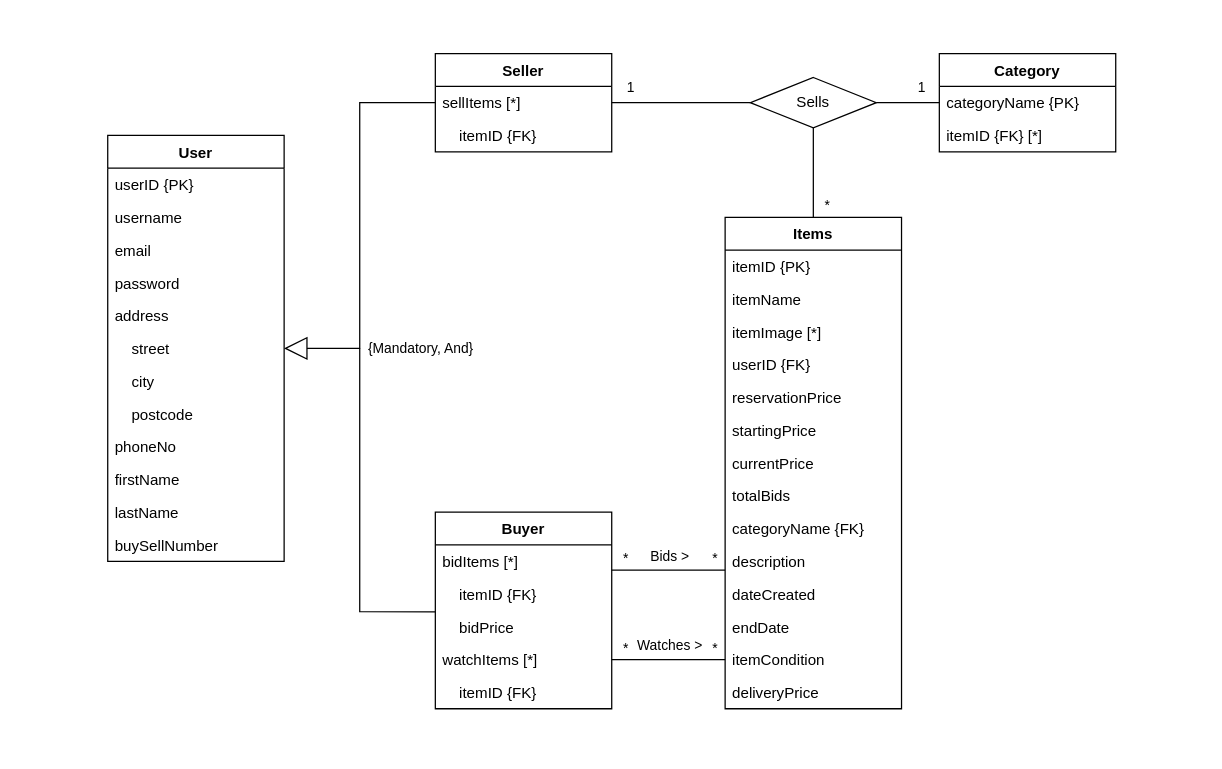
wenzhaojia2000/auction keeps this draw.io diagram as erdiagram.drawio. Above is the earlier version. Source tidied: cells renumbered, new cells numbered last; positions are measured from the earlier drawing's top-left corner, leaving out a move shared by most shapes. Both pictures are drawn from the tidied source at 126%, with x=0, y=0 at pixel (107, 53).
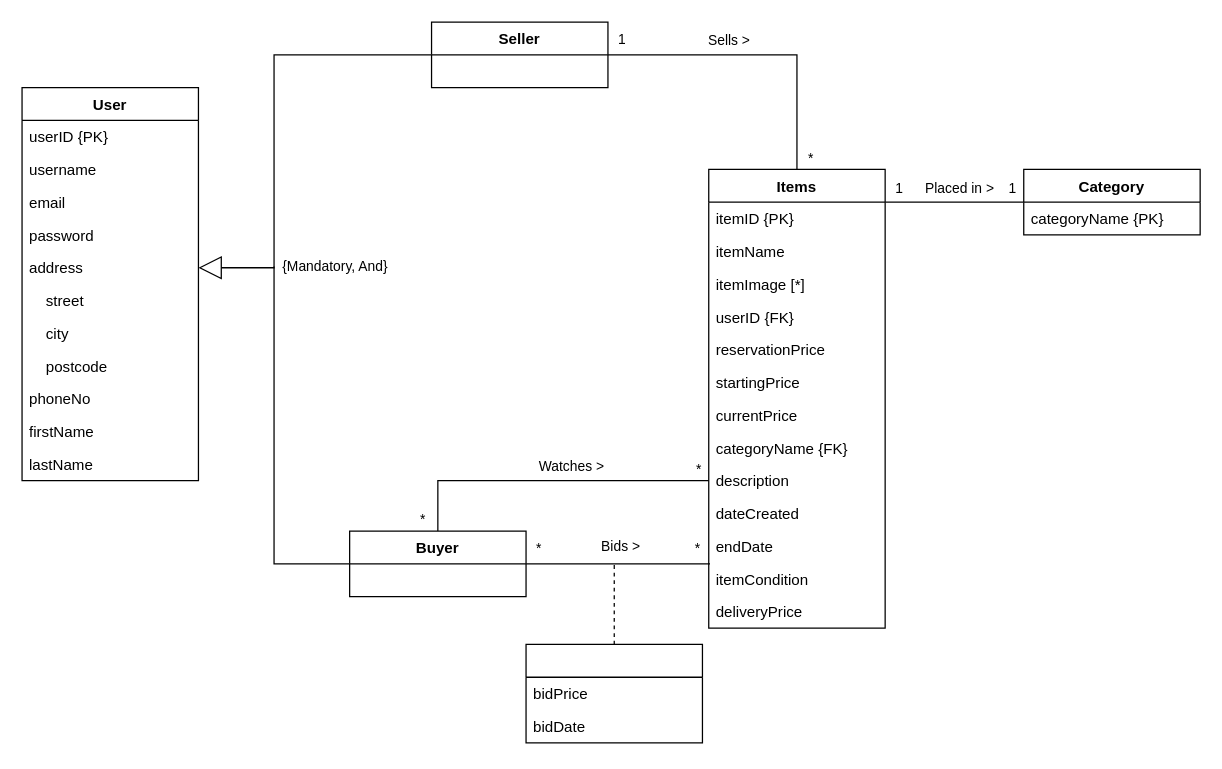
After the change.

Commit message (it also covers changes not shown here):
Changes ER diagram with prof's suggestions; fixes missing inline code in readme

Unchanged cells that the change refers to:
```xml
<mxCell id="7" value="address" style="text;strokeColor=none;fillColor=none;align=left;verticalAlign=top;spacingLeft=4;spacingRight=4;overflow=hidden;points=[[0,0.5],[1,0.5]];portConstraint=eastwest;" parent="2" vertex="1">
  <mxGeometry y="130" width="140" height="26" as="geometry" />
</mxCell>
<mxCell id="8" value="    street" style="text;strokeColor=none;fillColor=none;align=left;verticalAlign=top;spacingLeft=4;spacingRight=4;overflow=hidden;points=[[0,0.5],[1,0.5]];portConstraint=eastwest;" parent="2" vertex="1">
  <mxGeometry y="156" width="140" height="26" as="geometry" />
</mxCell>
```

Change to the diagram source:
```diff
@@
     <mxCell id="2" value="User" style="swimlane;fontStyle=1;horizontal=1;startSize=26;fillColor=none;" parent="1" vertex="1">
-      <mxGeometry y="65" width="140" height="338" as="geometry" />
+      <mxGeometry x="-68" y="27" width="140" height="312" as="geometry" />
     </mxCell>
@@
-    <mxCell id="14" value="buySellNumber" style="text;strokeColor=none;fillColor=none;align=left;verticalAlign=top;spacingLeft=4;spacingRight=4;overflow=hidden;" parent="2" vertex="1">
-      <mxGeometry y="312" width="140" height="26" as="geometry" />
-    </mxCell>
     <mxCell id="15" value="Seller" style="swimlane;fontStyle=1;horizontal=1;startSize=26;fillColor=none;" parent="1" vertex="1">
-      <mxGeometry x="260" width="140" height="78" as="geometry" />
+      <mxGeometry x="257" y="-25" width="140" height="52" as="geometry" />
     </mxCell>
-    <mxCell id="16" value="sellItems [*]" style="text;strokeColor=none;fillColor=none;align=left;verticalAlign=top;spacingLeft=4;spacingRight=4;overflow=hidden;points=[[0,0.5],[1,0.5]];portConstraint=eastwest;" parent="15" vertex="1">
-      <mxGeometry y="26" width="140" height="26" as="geometry" />
-    </mxCell>
-    <mxCell id="17" value="    itemID {FK}" style="text;strokeColor=none;fillColor=none;align=left;verticalAlign=top;spacingLeft=4;spacingRight=4;overflow=hidden;" parent="15" vertex="1">
-      <mxGeometry y="52" width="140" height="26" as="geometry" />
-    </mxCell>
-    <mxCell id="18" style="endArrow=block;endSize=16;endFill=0;rounded=0;exitX=0;exitY=0.5;exitDx=0;exitDy=0;entryX=1;entryY=0.5;entryDx=0;entryDy=0;html=1;" parent="1" edge="1" source="16" target="8">
+    <mxCell id="18" style="endArrow=block;endSize=16;endFill=0;rounded=0;exitX=0;exitY=0.5;exitDx=0;exitDy=0;entryX=1;entryY=0.5;entryDx=0;entryDy=0;html=1;" parent="1" edge="1" target="7">
       <mxGeometry relative="1" as="geometry">
+        <mxPoint x="257" y="1" as="sourcePoint" />
         <Array as="points">
-          <mxPoint x="200" y="39" />
-          <mxPoint x="200" y="234" />
+          <mxPoint x="132" y="1" />
+          <mxPoint x="132" y="170" />
         </Array>
       </mxGeometry>
     </mxCell>
     <mxCell id="19" value="Buyer" style="swimlane;fontStyle=1;horizontal=1;startSize=26;fillColor=none;" parent="1" vertex="1">
-      <mxGeometry x="260" y="364" width="140" height="156" as="geometry" />
+      <mxGeometry x="192" y="379" width="140" height="52" as="geometry" />
     </mxCell>
-    <mxCell id="20" value="bidItems [*]" style="text;strokeColor=none;fillColor=none;align=left;verticalAlign=top;spacingLeft=4;spacingRight=4;overflow=hidden;points=[[0,0.5],[1,0.5]];portConstraint=eastwest;" parent="19" vertex="1">
-      <mxGeometry y="26" width="140" height="26" as="geometry" />
-    </mxCell>
-    <mxCell id="21" value="    itemID {FK}" style="text;strokeColor=none;fillColor=none;align=left;verticalAlign=top;spacingLeft=4;spacingRight=4;overflow=hidden;" parent="19" vertex="1">
-      <mxGeometry y="52" width="140" height="26" as="geometry" />
-    </mxCell>
-    <mxCell id="22" value="    bidPrice" style="text;strokeColor=none;fillColor=none;align=left;verticalAlign=top;spacingLeft=4;spacingRight=4;overflow=hidden;points=[[0,0.5],[1,0.5]];portConstraint=eastwest;" parent="19" vertex="1">
-      <mxGeometry y="78" width="140" height="26" as="geometry" />
-    </mxCell>
-    <mxCell id="23" value="watchItems [*]" style="text;strokeColor=none;fillColor=none;align=left;verticalAlign=top;spacingLeft=4;spacingRight=4;overflow=hidden;" parent="19" vertex="1">
-      <mxGeometry y="104" width="140" height="26" as="geometry" />
-    </mxCell>
-    <mxCell id="24" value="    itemID {FK}" style="text;strokeColor=none;fillColor=none;align=left;verticalAlign=top;spacingLeft=4;spacingRight=4;overflow=hidden;" parent="19" vertex="1">
-      <mxGeometry y="130" width="140" height="26" as="geometry" />
-    </mxCell>
-    <mxCell id="25" value="{Mandatory, And}" style="endArrow=none;endSize=16;endFill=0;html=1;rounded=0;exitX=0.001;exitY=0.04;exitDx=0;exitDy=0;align=left;exitPerimeter=0;" parent="1" edge="1" source="22">
+    <mxCell id="25" value="{Mandatory, And}" style="endArrow=none;endSize=16;endFill=0;html=1;rounded=0;exitX=0.001;exitY=0.04;exitDx=0;exitDy=0;align=left;exitPerimeter=0;" parent="1" edge="1">
       <mxGeometry x="1" y="-5" relative="1" as="geometry">
-        <mxPoint x="200" y="234" as="targetPoint" />
+        <mxPoint x="192.1" y="405" as="sourcePoint" />
+        <mxPoint x="132" y="169" as="targetPoint" />
         <Array as="points">
-          <mxPoint x="200" y="443" />
+          <mxPoint x="132" y="405" />
         </Array>
       </mxGeometry>
     </mxCell>
     <mxCell id="26" value="Items" style="swimlane;fontStyle=1;horizontal=1;startSize=26;fillColor=none;" parent="1" vertex="1">
-      <mxGeometry x="490" y="130" width="140" height="390" as="geometry" />
+      <mxGeometry x="477" y="92" width="140" height="364" as="geometry" />
     </mxCell>
@@
-    <mxCell id="34" value="totalBids" style="text;strokeColor=none;fillColor=none;align=left;verticalAlign=top;spacingLeft=4;spacingRight=4;overflow=hidden;" parent="26" vertex="1">
-      <mxGeometry y="208" width="140" height="26" as="geometry" />
-    </mxCell>
     <mxCell id="35" value="categoryName {FK}" style="text;strokeColor=none;fillColor=none;align=left;verticalAlign=top;spacingLeft=4;spacingRight=4;overflow=hidden;" parent="26" vertex="1">
-      <mxGeometry y="234" width="140" height="26" as="geometry" />
+      <mxGeometry y="208" width="140" height="26" as="geometry" />
     </mxCell>
     <mxCell id="36" value="description" style="text;strokeColor=none;fillColor=none;align=left;verticalAlign=top;spacingLeft=4;spacingRight=4;overflow=hidden;" parent="26" vertex="1">
-      <mxGeometry y="260" width="140" height="26" as="geometry" />
+      <mxGeometry y="234" width="140" height="26" as="geometry" />
     </mxCell>
     <mxCell id="37" value="dateCreated" style="text;strokeColor=none;fillColor=none;align=left;verticalAlign=top;spacingLeft=4;spacingRight=4;overflow=hidden;" parent="26" vertex="1">
-      <mxGeometry y="286" width="140" height="26" as="geometry" />
+      <mxGeometry y="260" width="140" height="26" as="geometry" />
     </mxCell>
     <mxCell id="38" value="endDate" style="text;strokeColor=none;fillColor=none;align=left;verticalAlign=top;spacingLeft=4;spacingRight=4;overflow=hidden;" parent="26" vertex="1">
-      <mxGeometry y="312" width="140" height="26" as="geometry" />
+      <mxGeometry y="286" width="140" height="26" as="geometry" />
     </mxCell>
     <mxCell id="39" value="itemCondition" style="text;strokeColor=none;fillColor=none;align=left;verticalAlign=top;spacingLeft=4;spacingRight=4;overflow=hidden;" parent="26" vertex="1">
-      <mxGeometry y="338" width="140" height="26" as="geometry" />
+      <mxGeometry y="312" width="140" height="26" as="geometry" />
     </mxCell>
     <mxCell id="40" value="deliveryPrice" style="text;strokeColor=none;fillColor=none;align=left;verticalAlign=top;spacingLeft=4;spacingRight=4;overflow=hidden;" parent="26" vertex="1">
-      <mxGeometry y="364" width="140" height="26" as="geometry" />
+      <mxGeometry y="338" width="140" height="26" as="geometry" />
     </mxCell>
-    <mxCell id="41" style="edgeStyle=orthogonalEdgeStyle;rounded=0;jettySize=auto;html=1;entryX=1;entryY=0.5;entryDx=0;entryDy=0;entryPerimeter=0;endArrow=none;endFill=0;" parent="1" edge="1" source="43" target="50">
-      <mxGeometry relative="1" as="geometry" />
+    <mxCell id="41" style="edgeStyle=orthogonalEdgeStyle;rounded=0;jettySize=auto;html=1;endArrow=none;endFill=0;" parent="1" edge="1" source="43">
+      <mxGeometry relative="1" as="geometry">
+        <mxPoint x="617" y="118" as="targetPoint" />
+      </mxGeometry>
     </mxCell>
     <mxCell id="42" value="1" style="edgeLabel;html=1;align=center;verticalAlign=middle;" parent="41" vertex="1">
       <mxGeometry x="-0.27" y="-1" relative="1" as="geometry">
-        <mxPoint x="3" y="-12" as="offset" />
+        <mxPoint x="30" y="-11" as="offset" />
       </mxGeometry>
     </mxCell>
+    <mxCell id="59" value="Placed in &amp;gt;" style="edgeLabel;html=1;align=center;verticalAlign=middle;" parent="41" vertex="1">
+      <mxGeometry x="0.22" y="-3" relative="1" as="geometry">
+        <mxPoint x="15" y="-9" as="offset" />
+      </mxGeometry>
+    </mxCell>
+    <mxCell id="60" value="1" style="edgeLabel;html=1;align=center;verticalAlign=middle;" parent="41" vertex="1">
+      <mxGeometry x="0.77" y="-1" relative="1" as="geometry">
+        <mxPoint x="-2" y="-11" as="offset" />
+      </mxGeometry>
+    </mxCell>
     <mxCell id="43" value="Category" style="swimlane;fontStyle=1;horizontal=1;startSize=26;fillColor=none;" parent="1" vertex="1">
-      <mxGeometry x="660" width="140" height="78" as="geometry" />
+      <mxGeometry x="727" y="92" width="140" height="52" as="geometry" />
     </mxCell>
@@
-    <mxCell id="45" value="itemID {FK} [*]" style="text;strokeColor=none;fillColor=none;align=left;verticalAlign=top;spacingLeft=4;spacingRight=4;overflow=hidden;" parent="43" vertex="1">
-      <mxGeometry y="52" width="140" height="26" as="geometry" />
-    </mxCell>
-    <mxCell id="46" style="edgeStyle=orthogonalEdgeStyle;rounded=0;jettySize=auto;html=1;exitX=0;exitY=0.5;exitDx=0;exitDy=0;exitPerimeter=0;entryX=1;entryY=0.5;entryDx=0;entryDy=0;endArrow=none;endFill=0;" parent="1" edge="1" source="50" target="16">
+    <mxCell id="46" style="edgeStyle=orthogonalEdgeStyle;rounded=0;jettySize=auto;html=1;exitX=0.5;exitY=0;exitDx=0;exitDy=0;endArrow=none;endFill=0;entryX=1;entryY=0.5;entryDx=0;entryDy=0;" parent="1" edge="1" source="26" target="15">
       <mxGeometry relative="1" as="geometry" />
     </mxCell>
     <mxCell id="47" value="1" style="edgeLabel;html=1;align=center;verticalAlign=middle;" parent="46" vertex="1">
       <mxGeometry x="0.75" y="1" relative="1" as="geometry">
-        <mxPoint y="-14" as="offset" />
+        <mxPoint x="-20" y="-14" as="offset" />
       </mxGeometry>
     </mxCell>
-    <mxCell id="48" style="edgeStyle=orthogonalEdgeStyle;rounded=0;jettySize=auto;html=1;entryX=0.5;entryY=0;entryDx=0;entryDy=0;endArrow=none;endFill=0;" parent="1" edge="1" source="50" target="26">
-      <mxGeometry relative="1" as="geometry" />
-    </mxCell>
-    <mxCell id="49" value="*" style="edgeLabel;html=1;align=center;verticalAlign=middle;" parent="48" vertex="1">
-      <mxGeometry x="0.72" y="1" relative="1" as="geometry">
-        <mxPoint x="9" as="offset" />
-      </mxGeometry>
-    </mxCell>
-    <mxCell id="50" value="Sells" style="strokeWidth=1;html=1;shape=mxgraph.flowchart.decision;whiteSpace=wrap;" parent="1" vertex="1">
-      <mxGeometry x="510" y="19" width="100" height="40" as="geometry" />
-    </mxCell>
+    <mxCell id="61" value="*" style="edgeLabel;html=1;align=center;verticalAlign=middle;" parent="46" vertex="1">
+      <mxGeometry x="-0.92" y="2" relative="1" as="geometry">
+        <mxPoint x="12" as="offset" />
+      </mxGeometry>
+    </mxCell>
+    <mxCell id="62" value="Sells &amp;gt;" style="edgeLabel;html=1;align=center;verticalAlign=middle;" parent="46" vertex="1">
+      <mxGeometry x="0.21" relative="1" as="geometry">
+        <mxPoint y="-12" as="offset" />
+      </mxGeometry>
+    </mxCell>
-    <mxCell id="51" style="edgeStyle=orthogonalEdgeStyle;rounded=0;jettySize=auto;html=1;endArrow=none;endFill=0;" parent="1" edge="1" source="20">
+    <mxCell id="51" style="edgeStyle=orthogonalEdgeStyle;rounded=0;jettySize=auto;html=1;endArrow=none;endFill=0;exitX=0.5;exitY=0;exitDx=0;exitDy=0;" parent="1" edge="1" source="19">
       <mxGeometry relative="1" as="geometry">
-        <mxPoint x="490" y="410" as="targetPoint" />
+        <mxPoint x="477" y="339" as="targetPoint" />
         <Array as="points">
-          <mxPoint x="490" y="410" />
+          <mxPoint x="262" y="339" />
         </Array>
       </mxGeometry>
     </mxCell>
     <mxCell id="52" value="*" style="edgeLabel;html=1;align=center;verticalAlign=middle;" parent="51" vertex="1">
       <mxGeometry x="0.8" relative="1" as="geometry">
-        <mxPoint y="-10" as="offset" />
+        <mxPoint x="16" y="-10" as="offset" />
       </mxGeometry>
     </mxCell>
     <mxCell id="53" value="*" style="edgeLabel;html=1;align=center;verticalAlign=middle;" parent="51" vertex="1">
-      <mxGeometry x="-0.63" relative="1" as="geometry">
-        <mxPoint x="-7" y="-10" as="offset" />
+      <mxGeometry x="-0.64" relative="1" as="geometry">
+        <mxPoint x="-19" y="30" as="offset" />
       </mxGeometry>
     </mxCell>
-    <mxCell id="54" value="Bids &amp;gt;" style="edgeLabel;html=1;align=center;verticalAlign=middle;" parent="51" vertex="1">
+    <mxCell id="54" value="Watches &amp;gt;" style="edgeLabel;html=1;align=center;verticalAlign=middle;" parent="51" vertex="1">
       <mxGeometry x="-0.18" y="1" relative="1" as="geometry">
-        <mxPoint x="8" y="-11" as="offset" />
+        <mxPoint x="40" y="-11" as="offset" />
       </mxGeometry>
     </mxCell>
-    <mxCell id="55" style="edgeStyle=orthogonalEdgeStyle;rounded=0;orthogonalLoop=1;jettySize=auto;html=1;entryX=0;entryY=0.5;entryDx=0;entryDy=0;endArrow=none;endFill=0;" parent="1" edge="1">
-      <mxGeometry relative="1" as="geometry">
-        <mxPoint x="400" y="481" as="sourcePoint" />
-        <mxPoint x="490" y="481" as="targetPoint" />
-        <Array as="points">
-          <mxPoint x="490" y="481" />
-        </Array>
-      </mxGeometry>
-    </mxCell>
-    <mxCell id="56" value="*" style="edgeLabel;html=1;align=center;verticalAlign=middle;" parent="55" vertex="1">
-      <mxGeometry x="0.8" relative="1" as="geometry">
-        <mxPoint y="-10" as="offset" />
-      </mxGeometry>
-    </mxCell>
-    <mxCell id="57" value="*" style="edgeLabel;html=1;align=center;verticalAlign=middle;" parent="55" vertex="1">
-      <mxGeometry x="-0.63" relative="1" as="geometry">
-        <mxPoint x="-7" y="-10" as="offset" />
-      </mxGeometry>
-    </mxCell>
-    <mxCell id="58" value="Watches &amp;gt;" style="edgeLabel;html=1;align=center;verticalAlign=middle;" parent="55" vertex="1">
-      <mxGeometry x="-0.18" y="1" relative="1" as="geometry">
-        <mxPoint x="8" y="-11" as="offset" />
-      </mxGeometry>
-    </mxCell>
+    <mxCell id="63" style="edgeStyle=orthogonalEdgeStyle;rounded=0;jettySize=auto;html=1;endArrow=none;endFill=0;exitX=1;exitY=0.5;exitDx=0;exitDy=0;" parent="1" edge="1" source="19">
+      <mxGeometry relative="1" as="geometry">
+        <mxPoint x="478" y="405" as="targetPoint" />
+        <Array as="points">
+          <mxPoint x="478" y="405" />
+        </Array>
+      </mxGeometry>
+    </mxCell>
+    <mxCell id="64" value="*" style="edgeLabel;html=1;align=center;verticalAlign=middle;" parent="63" vertex="1">
+      <mxGeometry x="0.8" relative="1" as="geometry">
+        <mxPoint x="4" y="-13" as="offset" />
+      </mxGeometry>
+    </mxCell>
+    <mxCell id="65" value="*" style="edgeLabel;html=1;align=center;verticalAlign=middle;" parent="63" vertex="1">
+      <mxGeometry x="-0.7" relative="1" as="geometry">
+        <mxPoint x="-13" y="-13" as="offset" />
+      </mxGeometry>
+    </mxCell>
+    <mxCell id="66" value="Bids &amp;gt;" style="edgeLabel;html=1;align=center;verticalAlign=middle;" parent="63" vertex="1">
+      <mxGeometry x="-0.18" y="1" relative="1" as="geometry">
+        <mxPoint x="14" y="-14" as="offset" />
+      </mxGeometry>
+    </mxCell>
+    <mxCell id="67" style="swimlane;fontStyle=1;horizontal=1;startSize=26;fillColor=none;" parent="1" vertex="1">
+      <mxGeometry x="332" y="469" width="140" height="78" as="geometry" />
+    </mxCell>
+    <mxCell id="22" value="bidPrice" style="text;strokeColor=none;fillColor=none;align=left;verticalAlign=top;spacingLeft=4;spacingRight=4;overflow=hidden;points=[[0,0.5],[1,0.5]];portConstraint=eastwest;" parent="67" vertex="1">
+      <mxGeometry y="26" width="140" height="26" as="geometry" />
+    </mxCell>
+    <mxCell id="68" value="bidDate" style="text;strokeColor=none;fillColor=none;align=left;verticalAlign=top;spacingLeft=4;spacingRight=4;overflow=hidden;" parent="67" vertex="1">
+      <mxGeometry y="52" width="140" height="26" as="geometry" />
+    </mxCell>
+    <mxCell id="69" style="endArrow=none;dashed=1;html=1;rounded=0;exitX=0.5;exitY=0;exitDx=0;exitDy=0;" parent="1" edge="1" source="67">
+      <mxGeometry relative="1" as="geometry">
+        <mxPoint x="402" y="404" as="targetPoint" />
+      </mxGeometry>
+    </mxCell>
```
